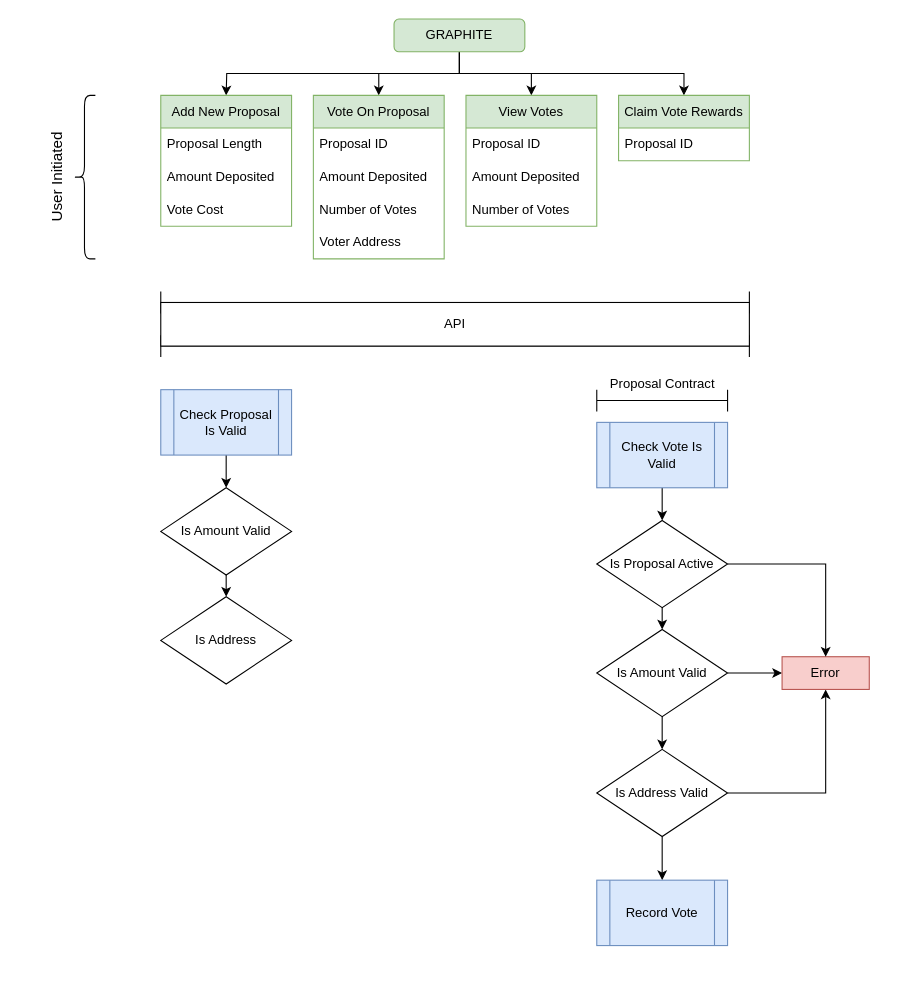
This is Graphite.drawio from hello-adam-martin/diagrams, a draw.io file, before an edit. Source tidied: cells renumbered, new cells numbered last; positions are measured from the earlier drawing's top-left corner, leaving out a move shared by most shapes. Both pictures are drawn from the tidied source at 109%, with x=0, y=0 at pixel (-36, 19).
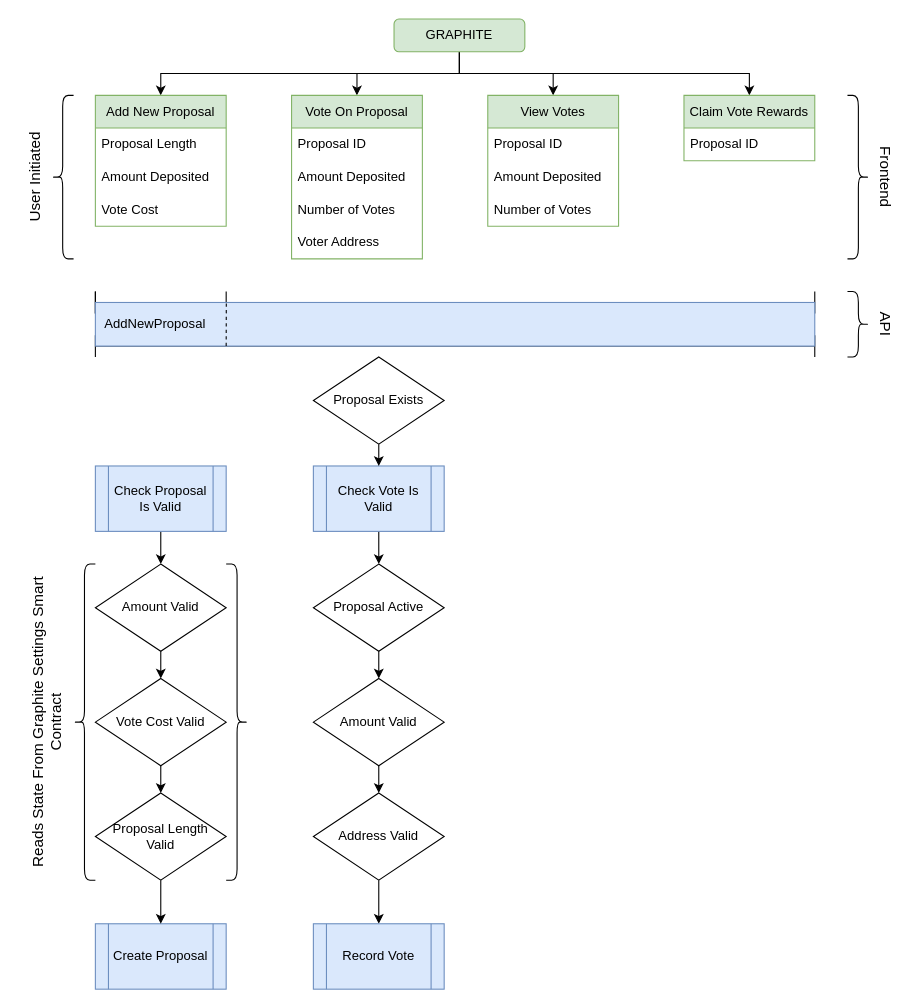
Above is the later version.

Unchanged cells that the change refers to:
```xml
<mxCell id="6" value="GRAPHITE" style="rounded=1;whiteSpace=wrap;html=1;fillColor=#d5e8d4;strokeColor=#82b366;" parent="1" vertex="1">
  <mxGeometry x="394" width="120" height="30" as="geometry" />
</mxCell>
```

Change to the diagram source:
```diff
@@
-    <mxCell id="2" style="edgeStyle=orthogonalEdgeStyle;rounded=0;jettySize=auto;html=1;exitX=0.5;exitY=1;exitDx=0;exitDy=0;" parent="1" edge="1" source="6">
-      <mxGeometry relative="1" as="geometry">
-        <mxPoint x="240" y="70" as="targetPoint" />
-      </mxGeometry>
+    <mxCell id="2" style="edgeStyle=orthogonalEdgeStyle;rounded=0;jettySize=auto;html=1;exitX=0.5;exitY=1;exitDx=0;exitDy=0;entryX=0.5;entryY=0;entryDx=0;entryDy=0;" parent="1" edge="1" source="6" target="27">
+      <mxGeometry relative="1" as="geometry" />
     </mxCell>
@@
     <mxCell id="8" value="Check Vote Is Valid" style="shape=process;whiteSpace=wrap;html=1;backgroundOutline=1;fillColor=#dae8fc;strokeColor=#6c8ebf;" parent="1" vertex="1">
-      <mxGeometry x="580" y="370" width="120" height="60" as="geometry" />
+      <mxGeometry x="320" y="410" width="120" height="60" as="geometry" />
     </mxCell>
@@
-    <mxCell id="10" style="edgeStyle=orthogonalEdgeStyle;rounded=0;jettySize=auto;html=1;exitX=1;exitY=0.5;exitDx=0;exitDy=0;entryX=0;entryY=0.5;entryDx=0;entryDy=0;" parent="1" edge="1" source="11" target="15">
-      <mxGeometry relative="1" as="geometry" />
-    </mxCell>
-    <mxCell id="11" value="Is Amount Valid" style="rhombus;whiteSpace=wrap;html=1;" parent="1" vertex="1">
-      <mxGeometry x="580" y="560" width="120" height="80" as="geometry" />
+    <mxCell id="11" value="Amount Valid" style="rhombus;whiteSpace=wrap;html=1;" parent="1" vertex="1">
+      <mxGeometry x="320" y="605" width="120" height="80" as="geometry" />
     </mxCell>
@@
-    <mxCell id="13" style="edgeStyle=orthogonalEdgeStyle;rounded=0;jettySize=auto;html=1;exitX=1;exitY=0.5;exitDx=0;exitDy=0;entryX=0.5;entryY=1;entryDx=0;entryDy=0;" parent="1" edge="1" source="14" target="15">
-      <mxGeometry relative="1" as="geometry" />
-    </mxCell>
-    <mxCell id="14" value="Is Address Valid" style="rhombus;whiteSpace=wrap;html=1;" parent="1" vertex="1">
-      <mxGeometry x="580" y="670" width="120" height="80" as="geometry" />
+    <mxCell id="14" value="Address Valid" style="rhombus;whiteSpace=wrap;html=1;" parent="1" vertex="1">
+      <mxGeometry x="320" y="710" width="120" height="80" as="geometry" />
     </mxCell>
-    <mxCell id="15" value="Error" style="rounded=0;whiteSpace=wrap;html=1;fillColor=#f8cecc;strokeColor=#b85450;" parent="1" vertex="1">
-      <mxGeometry x="750" y="585" width="80" height="30" as="geometry" />
-    </mxCell>
     <mxCell id="16" value="Record Vote" style="shape=process;whiteSpace=wrap;html=1;backgroundOutline=1;fillColor=#dae8fc;strokeColor=#6c8ebf;" parent="1" vertex="1">
-      <mxGeometry x="580" y="790" width="120" height="60" as="geometry" />
+      <mxGeometry x="320" y="830" width="120" height="60" as="geometry" />
     </mxCell>
@@
-    <mxCell id="18" style="edgeStyle=orthogonalEdgeStyle;rounded=0;jettySize=auto;html=1;exitX=1;exitY=0.5;exitDx=0;exitDy=0;entryX=0.5;entryY=0;entryDx=0;entryDy=0;" parent="1" edge="1" source="19" target="15">
-      <mxGeometry relative="1" as="geometry" />
-    </mxCell>
-    <mxCell id="19" value="Is Proposal Active" style="rhombus;whiteSpace=wrap;html=1;" parent="1" vertex="1">
-      <mxGeometry x="580" y="460" width="120" height="80" as="geometry" />
+    <mxCell id="19" value="Proposal Active" style="rhombus;whiteSpace=wrap;html=1;" parent="1" vertex="1">
+      <mxGeometry x="320" y="500" width="120" height="80" as="geometry" />
     </mxCell>
     <mxCell id="20" style="shape=curlyBracket;whiteSpace=wrap;html=1;rounded=1;labelPosition=left;verticalLabelPosition=middle;align=right;verticalAlign=middle;fontSize=14;" parent="1" vertex="1">
-      <mxGeometry x="100" y="70" width="20" height="150" as="geometry" />
+      <mxGeometry x="80" y="70" width="20" height="150" as="geometry" />
     </mxCell>
     <mxCell id="21" value="User Initiated" style="text;html=1;strokeColor=none;fillColor=none;align=center;verticalAlign=middle;whiteSpace=wrap;rounded=0;rotation=-90;fontSize=14;" parent="1" vertex="1">
-      <mxGeometry y="130" width="170" height="30" as="geometry" />
+      <mxGeometry x="-20" y="130" width="170" height="30" as="geometry" />
     </mxCell>
@@
     <mxCell id="23" value="Check Proposal Is Valid" style="shape=process;whiteSpace=wrap;html=1;backgroundOutline=1;fillColor=#dae8fc;strokeColor=#6c8ebf;" parent="1" vertex="1">
-      <mxGeometry x="180" y="340" width="120" height="60" as="geometry" />
+      <mxGeometry x="120" y="410" width="120" height="60" as="geometry" />
     </mxCell>
@@
-    <mxCell id="25" value="Is Amount Valid" style="rhombus;whiteSpace=wrap;html=1;" parent="1" vertex="1">
-      <mxGeometry x="180" y="430" width="120" height="80" as="geometry" />
+    <mxCell id="25" value="Amount Valid" style="rhombus;whiteSpace=wrap;html=1;" parent="1" vertex="1">
+      <mxGeometry x="120" y="500" width="120" height="80" as="geometry" />
     </mxCell>
+    <mxCell id="47" style="edgeStyle=orthogonalEdgeStyle;rounded=0;jettySize=auto;html=1;exitX=0.5;exitY=1;exitDx=0;exitDy=0;entryX=0.5;entryY=0;entryDx=0;entryDy=0;" parent="1" edge="1" source="26" target="52">
+      <mxGeometry relative="1" as="geometry" />
+    </mxCell>
-    <mxCell id="26" value="Is Address" style="rhombus;whiteSpace=wrap;html=1;" parent="1" vertex="1">
-      <mxGeometry x="180" y="530" width="120" height="80" as="geometry" />
+    <mxCell id="26" value="Vote Cost Valid" style="rhombus;whiteSpace=wrap;html=1;" parent="1" vertex="1">
+      <mxGeometry x="120" y="605" width="120" height="80" as="geometry" />
     </mxCell>
     <mxCell id="27" value="Add New Proposal" style="swimlane;fontStyle=0;horizontal=1;startSize=30;whiteSpace=wrap;html=1;swimlaneLine=1;fillColor=#d5e8d4;strokeColor=#82b366;" parent="1" vertex="1">
-      <mxGeometry x="180" y="70" width="120" height="120" as="geometry" />
+      <mxGeometry x="120" y="70" width="120" height="120" as="geometry" />
     </mxCell>
@@
-    <mxCell id="31" style="shape=crossbar;whiteSpace=wrap;html=1;rounded=1;" parent="1" vertex="1">
-      <mxGeometry x="580" y="340" width="120" height="20" as="geometry" />
-    </mxCell>
-    <mxCell id="32" value="Proposal Contract" style="text;html=1;align=center;verticalAlign=middle;strokeColor=none;fillColor=none;" parent="1" vertex="1">
-      <mxGeometry x="580" y="320" width="120" height="30" as="geometry" />
-    </mxCell>
     <mxCell id="33" value="Vote On Proposal" style="swimlane;fontStyle=0;horizontal=1;startSize=30;whiteSpace=wrap;html=1;swimlaneLine=1;fillColor=#d5e8d4;strokeColor=#82b366;" parent="1" vertex="1">
-      <mxGeometry x="320" y="70" width="120" height="150" as="geometry" />
+      <mxGeometry x="300" y="70" width="120" height="150" as="geometry" />
     </mxCell>
@@
     <mxCell id="38" value="View Votes" style="swimlane;fontStyle=0;horizontal=1;startSize=30;whiteSpace=wrap;html=1;swimlaneLine=1;fillColor=#d5e8d4;strokeColor=#82b366;" parent="1" vertex="1">
-      <mxGeometry x="460" y="70" width="120" height="120" as="geometry" />
+      <mxGeometry x="480" y="70" width="120" height="120" as="geometry" />
     </mxCell>
@@
     <mxCell id="42" value="Claim Vote Rewards" style="swimlane;fontStyle=0;horizontal=1;startSize=30;whiteSpace=wrap;html=1;swimlaneLine=1;fillColor=#d5e8d4;strokeColor=#82b366;" parent="1" vertex="1">
-      <mxGeometry x="600" y="70" width="120" height="60" as="geometry" />
+      <mxGeometry x="660" y="70" width="120" height="60" as="geometry" />
     </mxCell>
@@
     <mxCell id="44" style="shape=crossbar;whiteSpace=wrap;html=1;rounded=1;" parent="1" vertex="1">
-      <mxGeometry x="180" y="250" width="540" height="20" as="geometry" />
+      <mxGeometry x="120" y="250" width="660" height="20" as="geometry" />
     </mxCell>
     <mxCell id="45" style="shape=crossbar;whiteSpace=wrap;html=1;rounded=1;" parent="1" vertex="1">
-      <mxGeometry x="180" y="290" width="540" height="20" as="geometry" />
+      <mxGeometry x="120" y="290" width="660" height="20" as="geometry" />
     </mxCell>
+    <mxCell id="48" style="shape=curlyBracket;whiteSpace=wrap;html=1;rounded=1;flipH=1;labelPosition=right;verticalLabelPosition=middle;align=left;verticalAlign=middle;" parent="1" vertex="1">
+      <mxGeometry x="810" y="70" width="20" height="150" as="geometry" />
+    </mxCell>
+    <mxCell id="49" value="Frontend" style="text;html=1;strokeColor=none;fillColor=none;align=center;verticalAlign=middle;whiteSpace=wrap;rounded=0;rotation=90;fontSize=14;" parent="1" vertex="1">
+      <mxGeometry x="760" y="130" width="170" height="30" as="geometry" />
+    </mxCell>
+    <mxCell id="50" value="Create Proposal" style="shape=process;whiteSpace=wrap;html=1;backgroundOutline=1;fillColor=#dae8fc;strokeColor=#6c8ebf;" parent="1" vertex="1">
+      <mxGeometry x="120" y="830" width="120" height="60" as="geometry" />
+    </mxCell>
+    <mxCell id="51" style="edgeStyle=orthogonalEdgeStyle;rounded=0;jettySize=auto;html=1;exitX=0.5;exitY=1;exitDx=0;exitDy=0;entryX=0.5;entryY=0;entryDx=0;entryDy=0;" parent="1" edge="1" source="52" target="50">
+      <mxGeometry relative="1" as="geometry" />
+    </mxCell>
+    <mxCell id="52" value="Proposal Length&lt;br&gt;Valid" style="rhombus;whiteSpace=wrap;html=1;" parent="1" vertex="1">
+      <mxGeometry x="120" y="710" width="120" height="80" as="geometry" />
+    </mxCell>
+    <mxCell id="53" style="edgeStyle=orthogonalEdgeStyle;rounded=0;jettySize=auto;html=1;exitX=0.5;exitY=1;exitDx=0;exitDy=0;entryX=0.5;entryY=0;entryDx=0;entryDy=0;" parent="1" edge="1" source="54" target="8">
+      <mxGeometry relative="1" as="geometry" />
+    </mxCell>
+    <mxCell id="54" value="Proposal Exists" style="rhombus;whiteSpace=wrap;html=1;" parent="1" vertex="1">
+      <mxGeometry x="320" y="310" width="120" height="80" as="geometry" />
+    </mxCell>
+    <mxCell id="55" style="shape=curlyBracket;whiteSpace=wrap;html=1;rounded=1;labelPosition=left;verticalLabelPosition=middle;align=right;verticalAlign=middle;" parent="1" vertex="1">
+      <mxGeometry x="100" y="500" width="20" height="290" as="geometry" />
+    </mxCell>
+    <mxCell id="56" value="Reads State From Graphite Settings Smart Contract" style="text;html=1;strokeColor=none;fillColor=none;align=center;verticalAlign=middle;whiteSpace=wrap;rounded=0;rotation=-90;fontSize=14;" parent="1" vertex="1">
+      <mxGeometry x="-70" y="630" width="290" height="30" as="geometry" />
+    </mxCell>
+    <mxCell id="57" style="shape=curlyBracket;whiteSpace=wrap;html=1;rounded=1;flipH=1;labelPosition=right;verticalLabelPosition=middle;align=left;verticalAlign=middle;" parent="1" vertex="1">
+      <mxGeometry x="240" y="500" width="20" height="290" as="geometry" />
+    </mxCell>
+    <mxCell id="58" style="shape=crossbar;whiteSpace=wrap;html=1;rounded=1;" parent="1" vertex="1">
+      <mxGeometry x="120" y="250" width="120" height="20" as="geometry" />
+    </mxCell>
-    <mxCell id="46" value="API" style="rounded=0;whiteSpace=wrap;html=1;" parent="1" vertex="1">
-      <mxGeometry x="180" y="260" width="540" height="40" as="geometry" />
+    <mxCell id="46" style="rounded=0;whiteSpace=wrap;html=1;fillColor=#dae8fc;strokeColor=#6c8ebf;" parent="1" vertex="1">
+      <mxGeometry x="120" y="260" width="660" height="40" as="geometry" />
     </mxCell>
+    <mxCell id="59" value="AddNewProposal" style="text;html=1;strokeColor=none;fillColor=none;align=center;verticalAlign=middle;whiteSpace=wrap;rounded=0;" parent="1" vertex="1">
+      <mxGeometry x="120" y="265" width="110" height="30" as="geometry" />
+    </mxCell>
+    <mxCell id="60" style="endArrow=none;dashed=1;html=1;rounded=0;entryX=0.182;entryY=-0.025;entryDx=0;entryDy=0;entryPerimeter=0;" parent="1" edge="1" target="46">
+      <mxGeometry relative="1" as="geometry">
+        <mxPoint x="240" y="300" as="sourcePoint" />
+      </mxGeometry>
+    </mxCell>
+    <mxCell id="61" style="shape=curlyBracket;whiteSpace=wrap;html=1;rounded=1;flipH=1;labelPosition=right;verticalLabelPosition=middle;align=left;verticalAlign=middle;" parent="1" vertex="1">
+      <mxGeometry x="810" y="250" width="20" height="60" as="geometry" />
+    </mxCell>
+    <mxCell id="62" value="API" style="text;html=1;strokeColor=none;fillColor=none;align=center;verticalAlign=middle;whiteSpace=wrap;rounded=0;rotation=90;fontSize=14;" parent="1" vertex="1">
+      <mxGeometry x="760" y="265" width="170" height="30" as="geometry" />
+    </mxCell>
```
